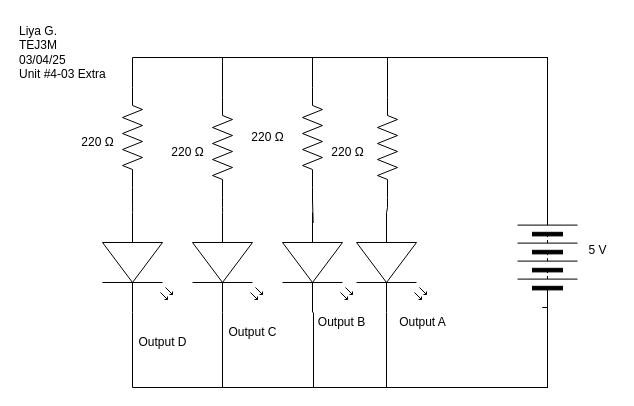
This is Unit 4-03/Unit4-03-Extra.drawio from Liya-Getachew/TEJ3M-Unit4, a draw.io file, before an edit. Source tidied: cells renumbered, new cells numbered last; positions are measured from the earlier drawing's top-left corner, leaving out a move shared by most shapes. Both pictures are drawn from the tidied source at 100%, with x=0, y=0 at pixel (17, 17).
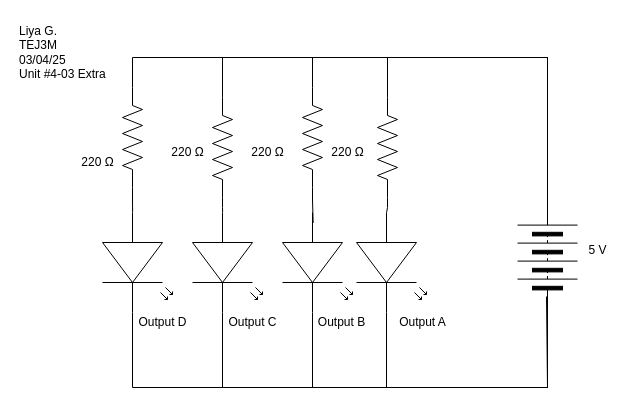
After the change.

Unchanged cells that the change refers to:
```xml
<mxCell id="5" style="verticalLabelPosition=bottom;shadow=0;dashed=0;align=center;html=1;verticalAlign=top;shape=mxgraph.electrical.miscellaneous.batteryStack;rotation=-90;" parent="1" vertex="1">
  <mxGeometry x="480" y="210" width="100" height="60" as="geometry" />
</mxCell>
```

What changed in the source:
```diff
@@
     <mxCell id="6" style="edgeStyle=orthogonalEdgeStyle;html=1;endArrow=none;endFill=0;rounded=0;curved=0;" parent="1" edge="1">
       <mxGeometry relative="1" as="geometry">
-        <mxPoint x="296" y="295" as="sourcePoint" />
-        <mxPoint x="526" y="290" as="targetPoint" />
+        <mxPoint x="295" y="295" as="sourcePoint" />
+        <mxPoint x="529" y="279" as="targetPoint" />
         <Array as="points">
-          <mxPoint x="296" y="370" />
+          <mxPoint x="295" y="370" />
           <mxPoint x="530" y="370" />
-          <mxPoint x="530" y="290" />
+          <mxPoint x="530" y="279" />
         </Array>
       </mxGeometry>
     </mxCell>
@@
     <mxCell id="8" style="edgeStyle=orthogonalEdgeStyle;html=1;rounded=0;endArrow=none;endFill=0;" parent="1" edge="1">
       <mxGeometry relative="1" as="geometry">
         <mxPoint x="205" y="295" as="sourcePoint" />
-        <mxPoint x="525" y="290" as="targetPoint" />
+        <mxPoint x="530" y="280" as="targetPoint" />
         <Array as="points">
           <mxPoint x="205" y="370" />
           <mxPoint x="530" y="370" />
           <mxPoint x="530" y="290" />
         </Array>
       </mxGeometry>
     </mxCell>
@@
-    <mxCell id="10" style="edgeStyle=orthogonalEdgeStyle;html=1;rounded=0;endArrow=none;endFill=0;" parent="1" edge="1">
+    <mxCell id="10" style="edgeStyle=orthogonalEdgeStyle;html=1;rounded=0;endArrow=none;endFill=0;entryX=0.079;entryY=0.494;entryDx=0;entryDy=0;entryPerimeter=0;" parent="1" edge="1" target="5">
       <mxGeometry relative="1" as="geometry">
         <mxPoint x="115" y="295" as="sourcePoint" />
-        <mxPoint x="525" y="290" as="targetPoint" />
         <Array as="points">
           <mxPoint x="115" y="370" />
           <mxPoint x="530" y="370" />
           <mxPoint x="530" y="290" />
         </Array>
       </mxGeometry>
     </mxCell>
@@
     <mxCell id="24" value="220&amp;nbsp;Ω" style="text;html=1;align=center;verticalAlign=middle;strokeColor=none;fillColor=none;" parent="1" vertex="1">
-      <mxGeometry x="50" y="110" width="60" height="30" as="geometry" />
+      <mxGeometry x="50" y="130" width="60" height="30" as="geometry" />
     </mxCell>
@@
     <mxCell id="26" value="220&amp;nbsp;Ω" style="text;html=1;align=center;verticalAlign=middle;strokeColor=none;fillColor=none;" parent="1" vertex="1">
-      <mxGeometry x="220" y="105" width="60" height="30" as="geometry" />
+      <mxGeometry x="220" y="120" width="60" height="30" as="geometry" />
     </mxCell>
@@
     <mxCell id="31" value="Output C" style="text;html=1;align=center;verticalAlign=middle;strokeColor=none;fillColor=none;" parent="1" vertex="1">
-      <mxGeometry x="200" y="300" width="70" height="30" as="geometry" />
+      <mxGeometry x="200" y="290" width="70" height="30" as="geometry" />
     </mxCell>
     <mxCell id="32" value="Output D" style="text;html=1;align=center;verticalAlign=middle;strokeColor=none;fillColor=none;" parent="1" vertex="1">
-      <mxGeometry x="110" y="310" width="70" height="30" as="geometry" />
+      <mxGeometry x="110" y="290" width="70" height="30" as="geometry" />
     </mxCell>
```
